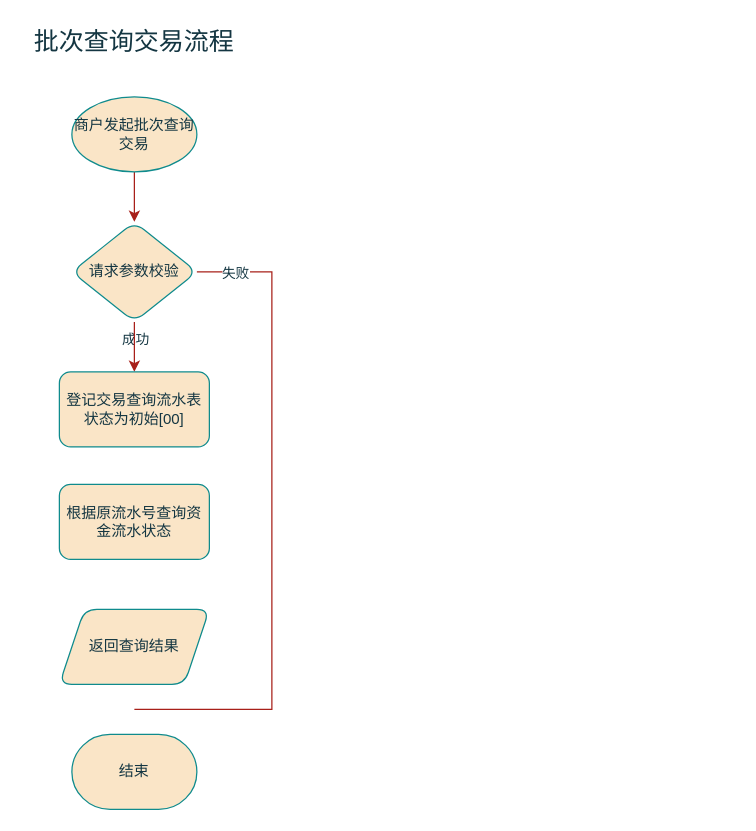
This is page "批次查询交易" (3 of 4) of 批扣流程.drawio from gaofv/draw, a draw.io file, before an edit. Source tidied: cells renumbered, new cells numbered last; positions are measured from the earlier drawing's top-left corner, leaving out a move shared by most shapes. Both pictures are drawn from the tidied source at 125%, with x=0, y=0 at pixel (21, 21).
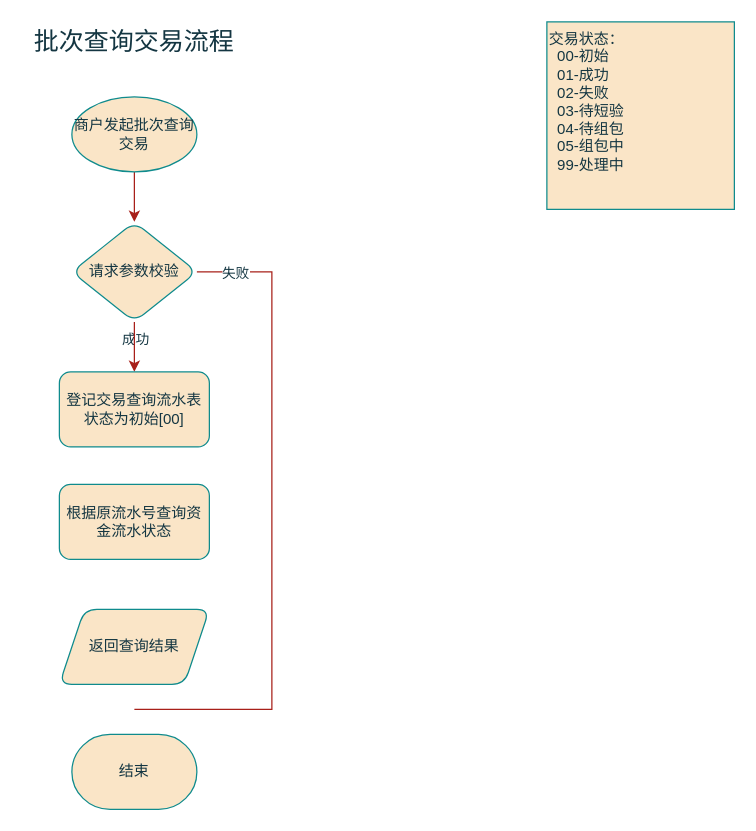
The same diagram, later.

Diff of the diagram source:
```diff
@@
 <mxGraphModel>
   <root>
     <mxCell id="0" />
     <mxCell id="1" parent="0" />
     <mxCell id="2" style="edgeStyle=orthogonalEdgeStyle;jettySize=auto;html=1;labelBackgroundColor=none;labelBorderColor=none;fontColor=default;strokeColor=#A8201A;" parent="1" edge="1" source="3" target="8">
       <mxGeometry relative="1" as="geometry" />
     </mxCell>
     <mxCell id="3" value="商户发起批次查询交易" style="strokeWidth=1;html=1;shape=mxgraph.flowchart.start_1;whiteSpace=wrap;labelBackgroundColor=none;rounded=1;labelBorderColor=none;fillColor=#FAE5C7;strokeColor=#0F8B8D;fontColor=#143642;" parent="1" vertex="1">
       <mxGeometry x="40" y="60" width="100" height="60" as="geometry" />
     </mxCell>
     <mxCell id="4" value="成功" style="edgeLabel;html=1;align=center;verticalAlign=middle;labelBackgroundColor=none;labelBorderColor=none;rounded=1;fontColor=#143642;" parent="1" vertex="1">
       <mxGeometry x="90" y="253.7" as="geometry" />
     </mxCell>
     <mxCell id="5" style="edgeStyle=orthogonalEdgeStyle;rounded=1;jettySize=auto;html=1;labelBackgroundColor=none;labelBorderColor=none;fontColor=default;strokeColor=#A8201A;" parent="1" edge="1" source="8" target="10">
       <mxGeometry relative="1" as="geometry" />
     </mxCell>
     <mxCell id="6" style="edgeStyle=orthogonalEdgeStyle;rounded=0;jettySize=auto;html=1;strokeColor=#A8201A;fontColor=#143642;fillColor=#FAE5C7;endArrow=none;endFill=0;" parent="1" edge="1" source="8">
       <mxGeometry relative="1" as="geometry">
         <mxPoint x="90" y="550" as="targetPoint" />
         <Array as="points">
           <mxPoint x="200" y="200" />
           <mxPoint x="200" y="550" />
         </Array>
       </mxGeometry>
     </mxCell>
     <mxCell id="7" value="失败" style="edgeLabel;html=1;align=center;verticalAlign=middle;fontColor=#143642;" parent="6" vertex="1">
       <mxGeometry x="-0.84" y="-4" relative="1" as="geometry">
         <mxPoint x="-12" y="-4" as="offset" />
       </mxGeometry>
     </mxCell>
     <mxCell id="8" value="请求参数校验" style="rhombus;whiteSpace=wrap;html=1;strokeWidth=1;labelBackgroundColor=none;rounded=1;labelBorderColor=none;fillColor=#FAE5C7;strokeColor=#0F8B8D;fontColor=#143642;" parent="1" vertex="1">
       <mxGeometry x="40" y="160" width="100" height="80" as="geometry" />
     </mxCell>
     <mxCell id="9" value="结束" style="strokeWidth=1;html=1;shape=mxgraph.flowchart.terminator;whiteSpace=wrap;labelBackgroundColor=none;rounded=1;labelBorderColor=none;fillColor=#FAE5C7;strokeColor=#0F8B8D;fontColor=#143642;" parent="1" vertex="1">
       <mxGeometry x="40" y="570" width="100" height="60" as="geometry" />
     </mxCell>
     <mxCell id="10" value="登记交易查询流水表&lt;br&gt;状态为初始[00]" style="whiteSpace=wrap;html=1;strokeWidth=1;labelBackgroundColor=none;rounded=1;labelBorderColor=none;fillColor=#FAE5C7;strokeColor=#0F8B8D;fontColor=#143642;" parent="1" vertex="1">
       <mxGeometry x="30" y="280" width="120" height="60" as="geometry" />
     </mxCell>
     <mxCell id="11" value="根据原流水号查询资金流水状态" style="whiteSpace=wrap;html=1;strokeWidth=1;labelBackgroundColor=none;rounded=1;labelBorderColor=none;fillColor=#FAE5C7;strokeColor=#0F8B8D;fontColor=#143642;" parent="1" vertex="1">
       <mxGeometry x="30" y="370" width="120" height="60" as="geometry" />
     </mxCell>
     <mxCell id="12" value="返回查询结果" style="shape=parallelogram;perimeter=parallelogramPerimeter;whiteSpace=wrap;html=1;fixedSize=1;strokeWidth=1;labelBackgroundColor=none;rounded=1;labelBorderColor=none;fillColor=#FAE5C7;strokeColor=#0F8B8D;fontColor=#143642;" parent="1" vertex="1">
       <mxGeometry x="30" y="470" width="120" height="60" as="geometry" />
     </mxCell>
     <mxCell id="13" value="批次查询交易流程" style="text;html=1;strokeColor=none;fillColor=none;align=center;verticalAlign=middle;whiteSpace=wrap;rounded=1;fontSize=20;labelBackgroundColor=none;labelBorderColor=none;fontColor=#143642;" parent="1" vertex="1">
       <mxGeometry width="180" height="30" as="geometry" />
     </mxCell>
+    <mxCell id="14" value="交易状态：&lt;br&gt;&amp;nbsp; 00-初始&lt;br&gt;&amp;nbsp; 01-成功&lt;br&gt;&amp;nbsp; 02-失败&lt;br&gt;&amp;nbsp; 03-待短验&lt;br&gt;&amp;nbsp; 04-待组包&lt;br&gt;&amp;nbsp; 05-组包中&lt;br&gt;&amp;nbsp; 99-处理中" style="whiteSpace=wrap;html=1;strokeColor=#0F8B8D;fontColor=#143642;fillColor=#FAE5C7;align=left;verticalAlign=top;" parent="1" vertex="1">
+      <mxGeometry x="420" width="150" height="150" as="geometry" />
+    </mxCell>
   </root>
 </mxGraphModel>
```
